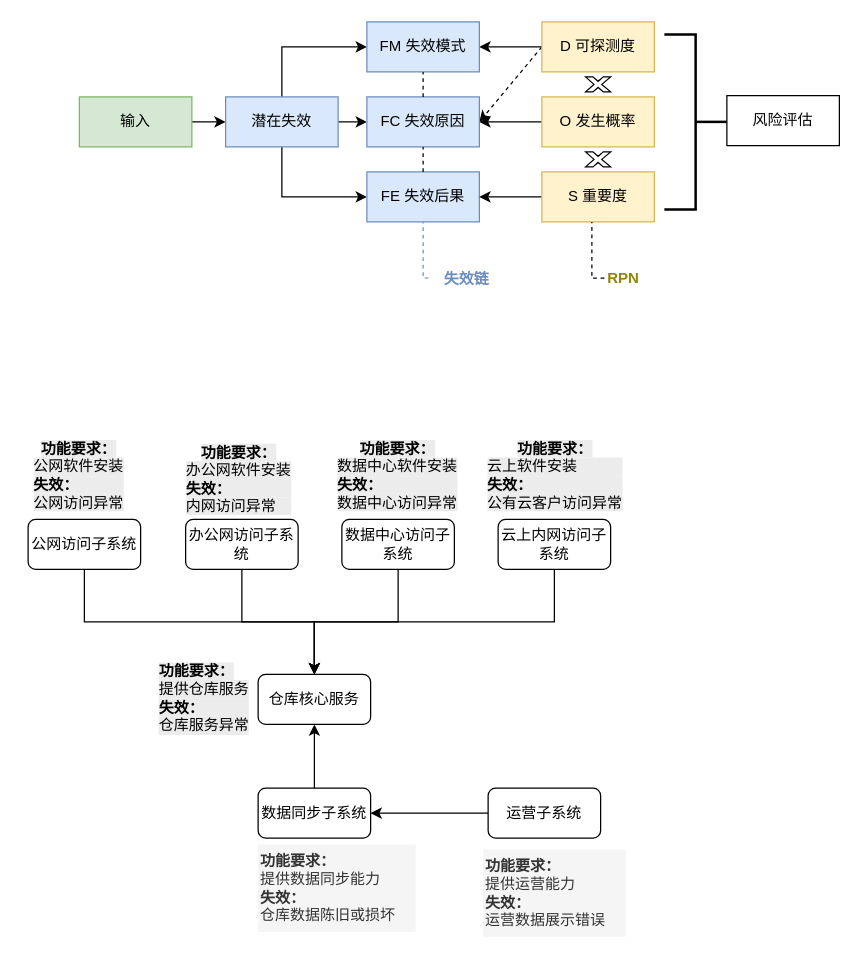
Before: 失效评估模型.drawio in 89ao/rss2cubox, a draw.io diagram. Source tidied: cells renumbered, new cells numbered last; positions are measured from the earlier drawing's top-left corner, leaving out a move shared by most shapes. Both pictures are drawn from the tidied source at 125%, with x=0, y=0 at pixel (21, 21).
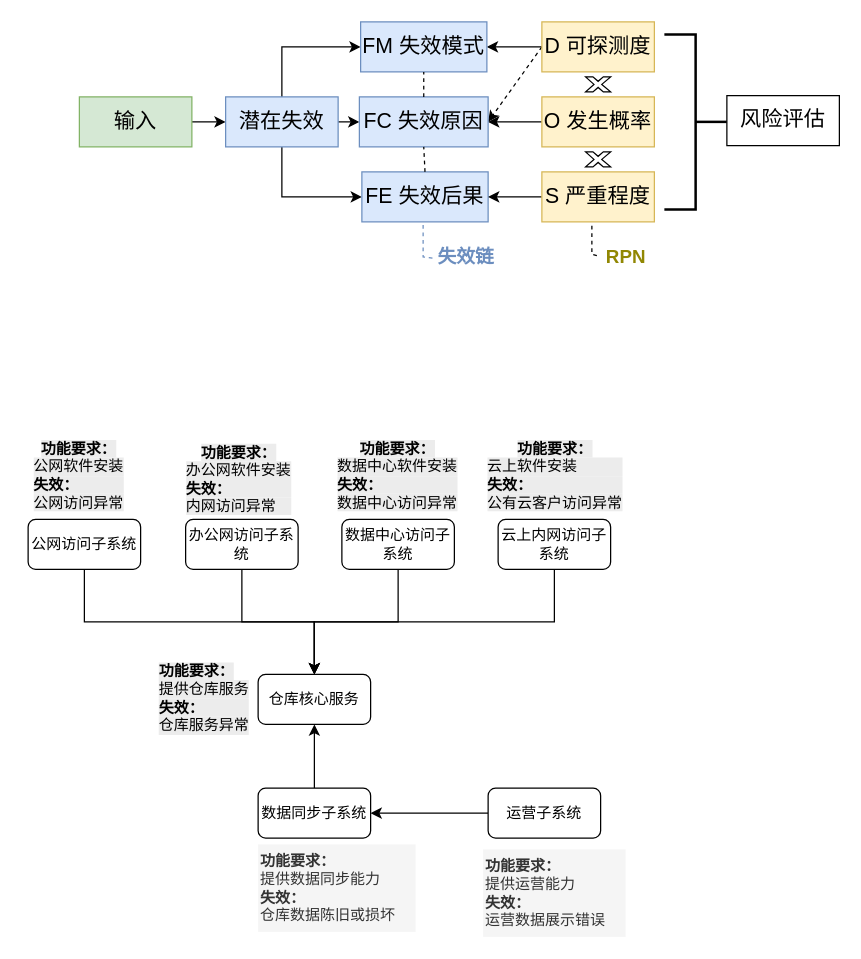
After the change.

Commit message:
更新失效评估模型.drawio

What changed in the source:
```diff
@@
-    <mxCell id="2" style="edgeStyle=orthogonalEdgeStyle;rounded=0;jettySize=auto;html=1;" parent="1" edge="1" source="3" target="7">
+    <mxCell id="2" style="edgeStyle=orthogonalEdgeStyle;rounded=0;jettySize=auto;html=1;fontSize=17;" parent="1" edge="1" source="3" target="7">
       <mxGeometry relative="1" as="geometry" />
     </mxCell>
-    <mxCell id="3" value="输入" style="rounded=0;whiteSpace=wrap;html=1;fillColor=#d5e8d4;strokeColor=#82b366;" parent="1" vertex="1">
+    <mxCell id="3" value="输入" style="rounded=0;whiteSpace=wrap;html=1;fillColor=#d5e8d4;strokeColor=#82b366;fontSize=17;" parent="1" vertex="1">
       <mxGeometry x="46" y="60" width="90" height="40" as="geometry" />
     </mxCell>
-    <mxCell id="4" style="edgeStyle=orthogonalEdgeStyle;rounded=0;jettySize=auto;html=1;exitX=1;exitY=0.5;exitDx=0;exitDy=0;entryX=0;entryY=0.5;entryDx=0;entryDy=0;" parent="1" edge="1" source="7" target="23">
+    <mxCell id="4" style="edgeStyle=orthogonalEdgeStyle;rounded=0;jettySize=auto;html=1;exitX=1;exitY=0.5;exitDx=0;exitDy=0;entryX=0;entryY=0.5;entryDx=0;entryDy=0;fontSize=17;" parent="1" edge="1" source="7" target="23">
       <mxGeometry relative="1" as="geometry" />
     </mxCell>
-    <mxCell id="5" style="edgeStyle=orthogonalEdgeStyle;rounded=0;jettySize=auto;html=1;exitX=0.5;exitY=0;exitDx=0;exitDy=0;entryX=0;entryY=0.5;entryDx=0;entryDy=0;" parent="1" edge="1" source="7" target="22">
+    <mxCell id="5" style="edgeStyle=orthogonalEdgeStyle;rounded=0;jettySize=auto;html=1;exitX=0.5;exitY=0;exitDx=0;exitDy=0;entryX=0;entryY=0.5;entryDx=0;entryDy=0;fontSize=17;" parent="1" edge="1" source="7" target="22">
       <mxGeometry relative="1" as="geometry" />
     </mxCell>
-    <mxCell id="6" style="edgeStyle=orthogonalEdgeStyle;rounded=0;jettySize=auto;html=1;exitX=0.5;exitY=1;exitDx=0;exitDy=0;entryX=0;entryY=0.5;entryDx=0;entryDy=0;" parent="1" edge="1" source="7" target="8">
+    <mxCell id="6" style="edgeStyle=orthogonalEdgeStyle;rounded=0;jettySize=auto;html=1;exitX=0.5;exitY=1;exitDx=0;exitDy=0;entryX=0;entryY=0.5;entryDx=0;entryDy=0;fontSize=17;" parent="1" edge="1" source="7" target="8">
       <mxGeometry relative="1" as="geometry" />
     </mxCell>
-    <mxCell id="7" value="潜在失效" style="rounded=0;whiteSpace=wrap;html=1;fillColor=#dae8fc;strokeColor=#6c8ebf;" parent="1" vertex="1">
+    <mxCell id="7" value="潜在失效" style="rounded=0;whiteSpace=wrap;html=1;fillColor=#dae8fc;strokeColor=#6c8ebf;fontSize=17;" parent="1" vertex="1">
       <mxGeometry x="163" y="60" width="90" height="40" as="geometry" />
     </mxCell>
-    <mxCell id="8" value="FE 失效后果" style="rounded=0;whiteSpace=wrap;html=1;fillColor=#dae8fc;strokeColor=#6c8ebf;" parent="1" vertex="1">
-      <mxGeometry x="276" y="120" width="90" height="40" as="geometry" />
+    <mxCell id="8" value="FE 失效后果" style="rounded=0;whiteSpace=wrap;html=1;fillColor=#dae8fc;strokeColor=#6c8ebf;fontSize=17;" parent="1" vertex="1">
+      <mxGeometry x="272" y="120" width="101" height="40" as="geometry" />
     </mxCell>
-    <mxCell id="9" value="失效链" style="text;align=center;verticalAlign=middle;points=[];strokeColor=none;fillColor=none;labelBorderColor=none;fontColor=light-dark(#6c8ebf, #ededed);fontStyle=1;" parent="1" vertex="1">
-      <mxGeometry x="326" y="190" width="60" height="30" as="geometry" />
+    <mxCell id="9" value="失效链" style="text;align=center;verticalAlign=middle;points=[];strokeColor=none;fillColor=none;labelBorderColor=none;fontColor=light-dark(#6c8ebf, #ededed);fontStyle=1;fontSize=15;" parent="1" vertex="1">
+      <mxGeometry x="324" y="172" width="63" height="30" as="geometry" />
     </mxCell>
-    <mxCell id="10" style="rounded=0;jettySize=auto;html=1;exitX=0;exitY=0.5;exitDx=0;exitDy=0;entryX=1;entryY=0.5;entryDx=0;entryDy=0;dashed=1;" parent="1" edge="1" source="12" target="23">
+    <mxCell id="10" style="rounded=0;jettySize=auto;html=1;exitX=0;exitY=0.5;exitDx=0;exitDy=0;entryX=1;entryY=0.5;entryDx=0;entryDy=0;dashed=1;fontSize=17;" parent="1" edge="1" source="12" target="23">
       <mxGeometry relative="1" as="geometry" />
     </mxCell>
-    <mxCell id="11" style="edgeStyle=orthogonalEdgeStyle;rounded=0;jettySize=auto;html=1;exitX=0;exitY=0.5;exitDx=0;exitDy=0;entryX=1;entryY=0.5;entryDx=0;entryDy=0;" parent="1" edge="1" source="12" target="22">
+    <mxCell id="11" style="edgeStyle=orthogonalEdgeStyle;rounded=0;jettySize=auto;html=1;exitX=0;exitY=0.5;exitDx=0;exitDy=0;entryX=1;entryY=0.5;entryDx=0;entryDy=0;fontSize=17;" parent="1" edge="1" source="12" target="22">
       <mxGeometry relative="1" as="geometry" />
     </mxCell>
-    <mxCell id="12" value="D 可探测度" style="rounded=0;whiteSpace=wrap;html=1;fillColor=#fff2cc;strokeColor=#d6b656;" parent="1" vertex="1">
+    <mxCell id="12" value="D 可探测度" style="rounded=0;whiteSpace=wrap;html=1;fillColor=#fff2cc;strokeColor=#d6b656;fontSize=17;" parent="1" vertex="1">
       <mxGeometry x="416" width="90" height="40" as="geometry" />
     </mxCell>
-    <mxCell id="13" style="edgeStyle=orthogonalEdgeStyle;rounded=0;jettySize=auto;html=1;exitX=0;exitY=0.5;exitDx=0;exitDy=0;entryX=1;entryY=0.5;entryDx=0;entryDy=0;" parent="1" edge="1" source="14" target="8">
+    <mxCell id="13" style="edgeStyle=orthogonalEdgeStyle;rounded=0;jettySize=auto;html=1;exitX=0;exitY=0.5;exitDx=0;exitDy=0;entryX=1;entryY=0.5;entryDx=0;entryDy=0;fontSize=17;" parent="1" edge="1" source="14" target="8">
       <mxGeometry relative="1" as="geometry" />
     </mxCell>
-    <mxCell id="14" value="S 重要度" style="rounded=0;whiteSpace=wrap;html=1;fillColor=#fff2cc;strokeColor=#d6b656;" parent="1" vertex="1">
+    <mxCell id="14" value="S 严重程度" style="rounded=0;whiteSpace=wrap;html=1;fillColor=#fff2cc;strokeColor=#d6b656;fontSize=17;" parent="1" vertex="1">
       <mxGeometry x="416" y="120" width="90" height="40" as="geometry" />
     </mxCell>
-    <mxCell id="15" style="edgeStyle=orthogonalEdgeStyle;rounded=0;jettySize=auto;html=1;exitX=0;exitY=0.5;exitDx=0;exitDy=0;entryX=1;entryY=0.5;entryDx=0;entryDy=0;" parent="1" edge="1" source="16" target="23">
+    <mxCell id="15" style="edgeStyle=orthogonalEdgeStyle;rounded=0;jettySize=auto;html=1;exitX=0;exitY=0.5;exitDx=0;exitDy=0;entryX=1;entryY=0.5;entryDx=0;entryDy=0;fontSize=17;" parent="1" edge="1" source="16" target="23">
       <mxGeometry relative="1" as="geometry" />
     </mxCell>
-    <mxCell id="16" value="O 发生概率" style="rounded=0;whiteSpace=wrap;html=1;fillColor=#fff2cc;strokeColor=#d6b656;" parent="1" vertex="1">
+    <mxCell id="16" value="O 发生概率" style="rounded=0;whiteSpace=wrap;html=1;fillColor=#fff2cc;strokeColor=#d6b656;fontSize=17;" parent="1" vertex="1">
       <mxGeometry x="416" y="60" width="90" height="40" as="geometry" />
     </mxCell>
-    <mxCell id="17" style="endArrow=none;dashed=1;html=1;rounded=0;entryX=0.5;entryY=1;entryDx=0;entryDy=0;exitX=-0.011;exitY=0.49;exitDx=0;exitDy=0;exitPerimeter=0;" parent="1" edge="1">
+    <mxCell id="17" style="endArrow=none;dashed=1;html=1;rounded=0;entryX=0.5;entryY=1;entryDx=0;entryDy=0;exitX=0.05;exitY=0.5;exitDx=0;exitDy=0;exitPerimeter=0;fontSize=17;" parent="1" edge="1" source="18">
       <mxGeometry relative="1" as="geometry">
-        <mxPoint x="466" y="205" as="sourcePoint" />
         <mxPoint x="456" y="160" as="targetPoint" />
         <Array as="points">
-          <mxPoint x="456" y="205" />
+          <mxPoint x="456" y="186" />
         </Array>
       </mxGeometry>
     </mxCell>
-    <mxCell id="18" value="RPN" style="text;html=1;align=center;verticalAlign=middle;points=[];strokeColor=none;fillColor=none;fontColor=light-dark(#918703,#EDEDED);fontStyle=1;" parent="1" vertex="1">
-      <mxGeometry x="456" y="190" width="50" height="30" as="geometry" />
+    <mxCell id="18" value="RPN" style="text;html=1;align=center;verticalAlign=middle;points=[];strokeColor=none;fillColor=none;fontColor=light-dark(#918703,#EDEDED);fontStyle=1;fontSize=15;" parent="1" vertex="1">
+      <mxGeometry x="457.5" y="172" width="50" height="30" as="geometry" />
     </mxCell>
-    <mxCell id="19" style="strokeWidth=2;html=1;shape=mxgraph.flowchart.annotation_2;align=left;labelPosition=right;rotation=-180;" parent="1" vertex="1">
+    <mxCell id="19" style="strokeWidth=2;html=1;shape=mxgraph.flowchart.annotation_2;align=left;labelPosition=right;rotation=-180;fontSize=17;" parent="1" vertex="1">
       <mxGeometry x="514" y="10" width="50" height="140" as="geometry" />
     </mxCell>
-    <mxCell id="20" value="风险评估" style="rounded=0;whiteSpace=wrap;html=1;" parent="1" vertex="1">
+    <mxCell id="20" value="风险评估" style="rounded=0;whiteSpace=wrap;html=1;fontSize=17;" parent="1" vertex="1">
       <mxGeometry x="564" y="59" width="90" height="40" as="geometry" />
     </mxCell>
-    <mxCell id="21" style="endArrow=none;dashed=1;html=1;rounded=0;exitX=-0.011;exitY=0.49;exitDx=0;exitDy=0;exitPerimeter=0;fillColor=#dae8fc;strokeColor=#6c8ebf;" parent="1" edge="1" source="9">
+    <mxCell id="21" style="endArrow=none;dashed=1;html=1;rounded=0;exitX=0.071;exitY=0.567;exitDx=0;exitDy=0;exitPerimeter=0;fillColor=#dae8fc;strokeColor=#6c8ebf;fontSize=17;" parent="1" edge="1" source="9">
       <mxGeometry relative="1" as="geometry">
         <mxPoint x="321" y="160" as="targetPoint" />
         <Array as="points">
-          <mxPoint x="321" y="205" />
+          <mxPoint x="321" y="188" />
         </Array>
       </mxGeometry>
     </mxCell>
-    <mxCell id="22" value="FM 失效模式" style="rounded=0;whiteSpace=wrap;html=1;fillColor=#dae8fc;strokeColor=#6c8ebf;" parent="1" vertex="1">
-      <mxGeometry x="276" width="90" height="40" as="geometry" />
+    <mxCell id="22" value="FM 失效模式" style="rounded=0;whiteSpace=wrap;html=1;fillColor=#dae8fc;strokeColor=#6c8ebf;fontSize=17;" parent="1" vertex="1">
+      <mxGeometry x="271" width="101" height="40" as="geometry" />
     </mxCell>
-    <mxCell id="23" value="FC 失效原因" style="rounded=0;whiteSpace=wrap;html=1;fillColor=#dae8fc;strokeColor=#6c8ebf;" parent="1" vertex="1">
-      <mxGeometry x="276" y="60" width="90" height="40" as="geometry" />
+    <mxCell id="23" value="FC 失效原因" style="rounded=0;whiteSpace=wrap;html=1;fillColor=#dae8fc;strokeColor=#6c8ebf;fontSize=17;" parent="1" vertex="1">
+      <mxGeometry x="270" y="60" width="103" height="40" as="geometry" />
     </mxCell>
-    <mxCell id="24" style="endArrow=none;dashed=1;html=1;rounded=0;entryX=0.5;entryY=1;entryDx=0;entryDy=0;exitX=0.5;exitY=0;exitDx=0;exitDy=0;" parent="1" edge="1" source="8" target="23">
+    <mxCell id="24" style="endArrow=none;dashed=1;html=1;rounded=0;entryX=0.5;entryY=1;entryDx=0;entryDy=0;exitX=0.5;exitY=0;exitDx=0;exitDy=0;fontSize=17;" parent="1" edge="1" source="8" target="23">
       <mxGeometry relative="1" as="geometry" />
     </mxCell>
-    <mxCell id="25" style="endArrow=none;dashed=1;html=1;rounded=0;entryX=0.5;entryY=1;entryDx=0;entryDy=0;exitX=0.5;exitY=0;exitDx=0;exitDy=0;" parent="1" edge="1" source="23" target="22">
+    <mxCell id="25" style="endArrow=none;dashed=1;html=1;rounded=0;entryX=0.5;entryY=1;entryDx=0;entryDy=0;exitX=0.5;exitY=0;exitDx=0;exitDy=0;fontSize=17;" parent="1" edge="1" source="23" target="22">
       <mxGeometry relative="1" as="geometry" />
     </mxCell>
-    <mxCell id="26" style="verticalLabelPosition=bottom;verticalAlign=top;html=1;shape=mxgraph.basic.x;" parent="1" vertex="1">
+    <mxCell id="26" style="verticalLabelPosition=bottom;verticalAlign=top;html=1;shape=mxgraph.basic.x;fontSize=17;" parent="1" vertex="1">
       <mxGeometry x="451" y="44" width="20" height="12" as="geometry" />
     </mxCell>
-    <mxCell id="27" style="verticalLabelPosition=bottom;verticalAlign=top;html=1;shape=mxgraph.basic.x;" parent="1" vertex="1">
+    <mxCell id="27" style="verticalLabelPosition=bottom;verticalAlign=top;html=1;shape=mxgraph.basic.x;fontSize=17;" parent="1" vertex="1">
       <mxGeometry x="451" y="104" width="20" height="12" as="geometry" />
     </mxCell>
```
